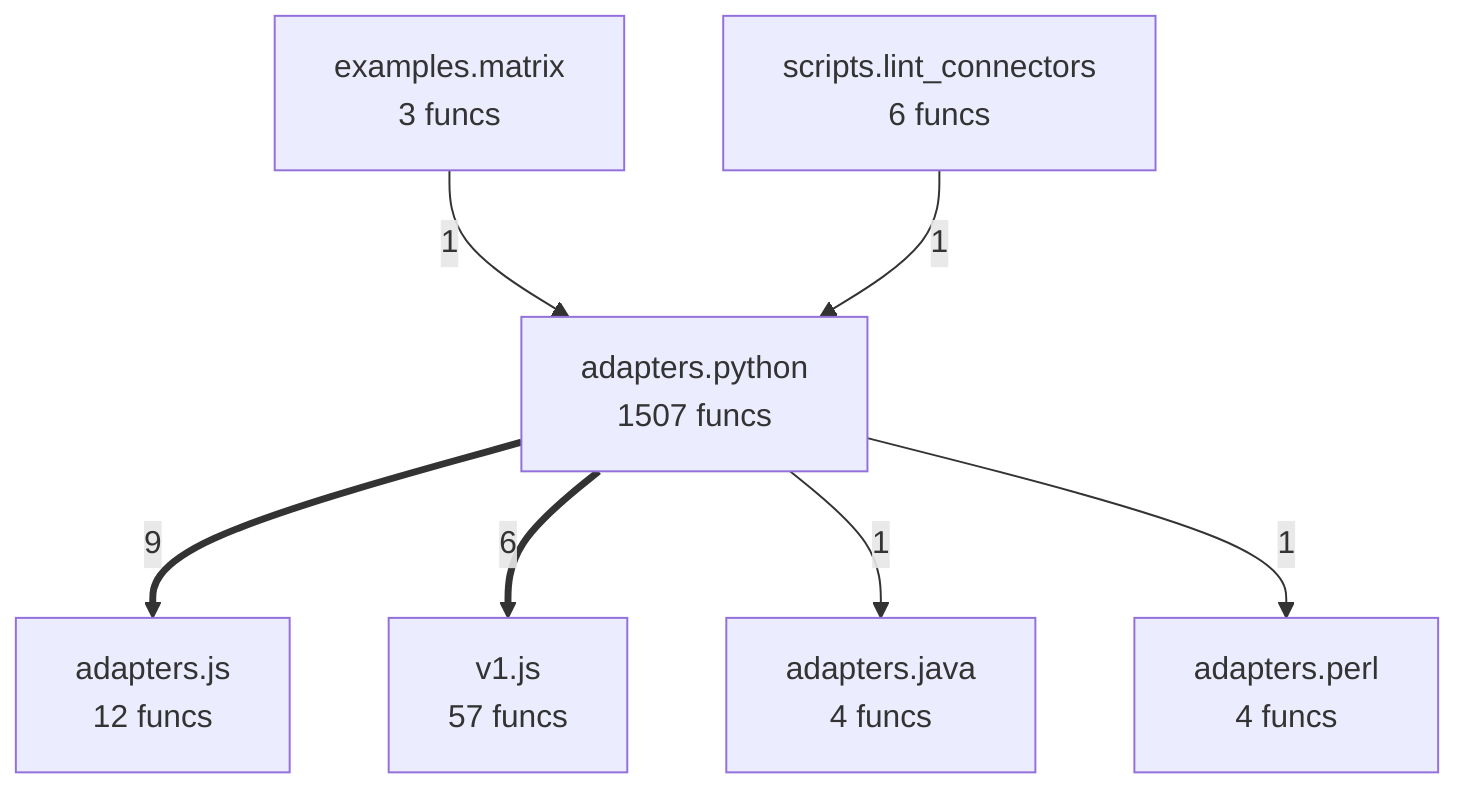
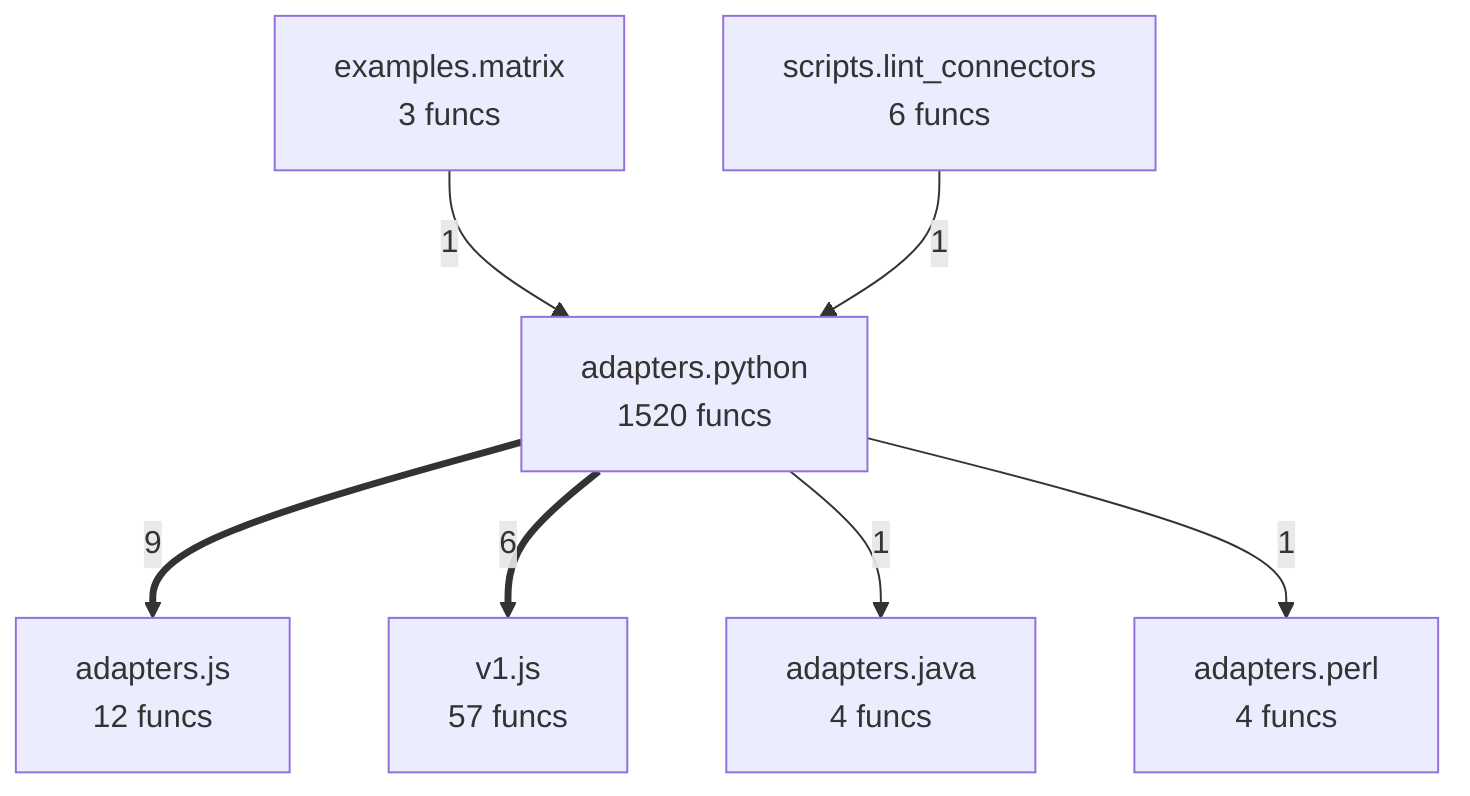
flowchart TD
%% generated in 0.06s
    adapters__java["adapters.java<br/>4 funcs"]
    adapters__js["adapters.js<br/>12 funcs"]
    adapters__perl["adapters.perl<br/>4 funcs"]
-     adapters__python["adapters.python<br/>1507 funcs"]
+     adapters__python["adapters.python<br/>1520 funcs"]
    examples__matrix["examples.matrix<br/>3 funcs"]
    scripts__lint_connectors["scripts.lint_connectors<br/>6 funcs"]
    v1__js["v1.js<br/>57 funcs"]
    adapters__python ==>|9| adapters__js
    adapters__python ==>|6| v1__js
    examples__matrix -->|1| adapters__python
    scripts__lint_connectors -->|1| adapters__python
    adapters__python -->|1| adapters__java
    adapters__python -->|1| adapters__perl
